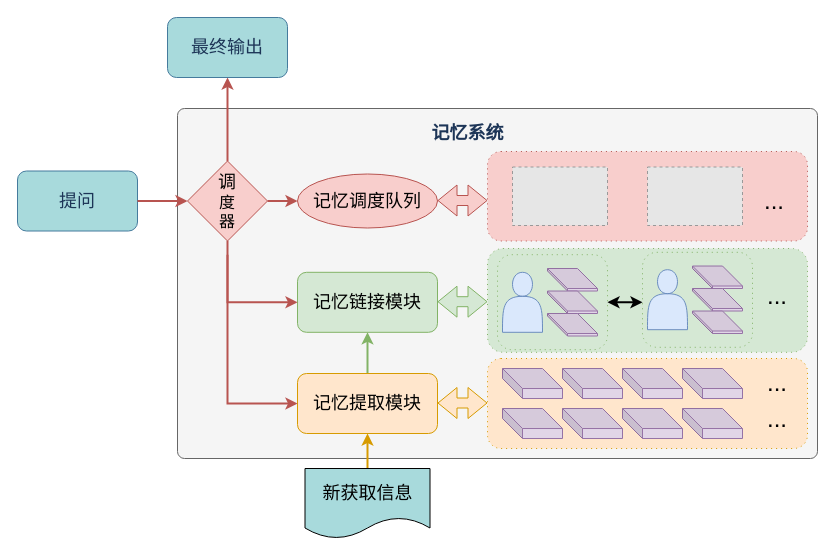
This is 总体框架图v4.drawio from niuyiqun/llm_agent, a draw.io file, before an edit. Source tidied: cells renumbered, new cells numbered last; positions are measured from the earlier drawing's top-left corner, leaving out a move shared by most shapes. Both pictures are drawn from the tidied source at 100%, with x=0, y=0 at pixel (17, 17). Pictures stored in the file or linked from it are replaced by grey dashed boxes.
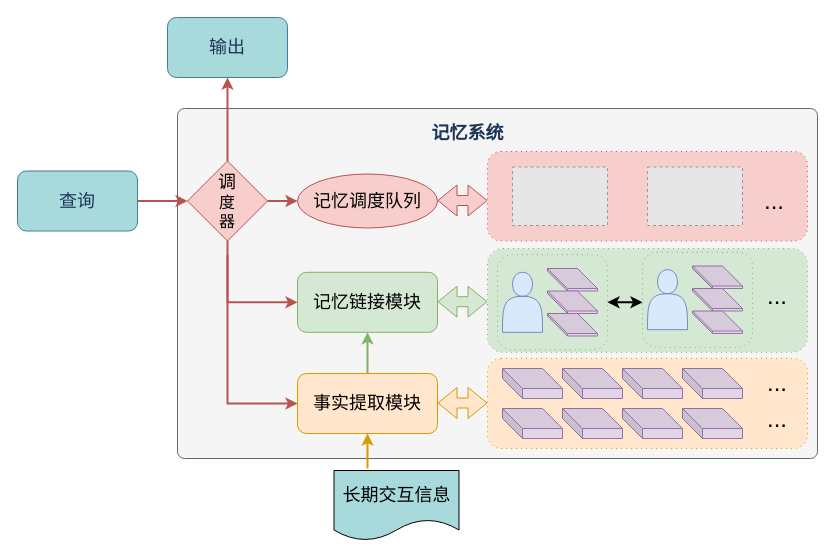
Above is the later version.

Commit message:
更新总体框架图v4.drawio

What changed in the source:
```diff
@@
-    <mxCell id="4" style="edgeStyle=orthogonalEdgeStyle;rounded=0;jettySize=auto;html=1;exitX=0.5;exitY=0;exitDx=0;exitDy=0;entryX=0.5;entryY=1;entryDx=0;entryDy=0;fillColor=#ffe6cc;strokeColor=#d79b00;strokeWidth=2;" parent="1" edge="1" source="5" target="7">
-      <mxGeometry relative="1" as="geometry" />
+    <mxCell id="4" style="edgeStyle=orthogonalEdgeStyle;rounded=0;jettySize=auto;html=1;exitX=0.5;exitY=0;exitDx=0;exitDy=0;entryX=0.5;entryY=1;entryDx=0;entryDy=0;fillColor=#ffe6cc;strokeColor=#d79b00;strokeWidth=2;" parent="1" edge="1" target="7">
+      <mxGeometry relative="1" as="geometry">
+        <mxPoint x="350" y="451" as="sourcePoint" />
+      </mxGeometry>
     </mxCell>
-    <mxCell id="5" value="&lt;font style=&quot;font-size: 18px;&quot;&gt;新获取信息&lt;/font&gt;" style="shape=document;whiteSpace=wrap;html=1;boundedLbl=1;fillColor=light-dark(#a8dadc, #ededed);" parent="1" vertex="1">
-      <mxGeometry x="287.5" y="451" width="125" height="70" as="geometry" />
+    <mxCell id="5" value="&lt;font size=&quot;4&quot;&gt;长期交互信息&lt;/font&gt;" style="shape=document;whiteSpace=wrap;html=1;boundedLbl=1;fillColor=light-dark(#a8dadc, #ededed);" parent="1" vertex="1">
+      <mxGeometry x="316.5" y="453" width="125" height="70" as="geometry" />
     </mxCell>
@@
-    <mxCell id="7" value="&lt;font style=&quot;font-size: 18px;&quot;&gt;记忆提取模块&lt;/font&gt;" style="rounded=1;whiteSpace=wrap;html=1;fillColor=#ffe6cc;strokeColor=#d79b00;" parent="1" vertex="1">
+    <mxCell id="7" value="&lt;font style=&quot;font-size: 18px;&quot;&gt;事实提取模块&lt;/font&gt;" style="rounded=1;whiteSpace=wrap;html=1;fillColor=#ffe6cc;strokeColor=#d79b00;" parent="1" vertex="1">
       <mxGeometry x="280" y="356" width="140" height="60" as="geometry" />
     </mxCell>
@@
-    <mxCell id="40" value="&lt;font style=&quot;font-size: 18px;&quot;&gt;最终输出&lt;/font&gt;" style="rounded=1;whiteSpace=wrap;html=1;strokeColor=#457B9D;fontColor=#1D3557;fillColor=#A8DADC;" parent="1" vertex="1">
+    <mxCell id="40" value="&lt;font style=&quot;font-size: 18px;&quot;&gt;输出&lt;/font&gt;" style="rounded=1;whiteSpace=wrap;html=1;strokeColor=#457B9D;fontColor=#1D3557;fillColor=#A8DADC;" parent="1" vertex="1">
       <mxGeometry x="150" width="120" height="60" as="geometry" />
     </mxCell>
-    <mxCell id="41" value="&lt;font size=&quot;4&quot;&gt;提问&lt;/font&gt;" style="rounded=1;whiteSpace=wrap;html=1;strokeColor=#457B9D;fontColor=#1D3557;fillColor=#A8DADC;" parent="1" vertex="1">
+    <mxCell id="41" value="&lt;font size=&quot;4&quot;&gt;查询&lt;/font&gt;" style="rounded=1;whiteSpace=wrap;html=1;strokeColor=#457B9D;fontColor=#1D3557;fillColor=#A8DADC;" parent="1" vertex="1">
       <mxGeometry y="153.5" width="120" height="60" as="geometry" />
     </mxCell>
```
